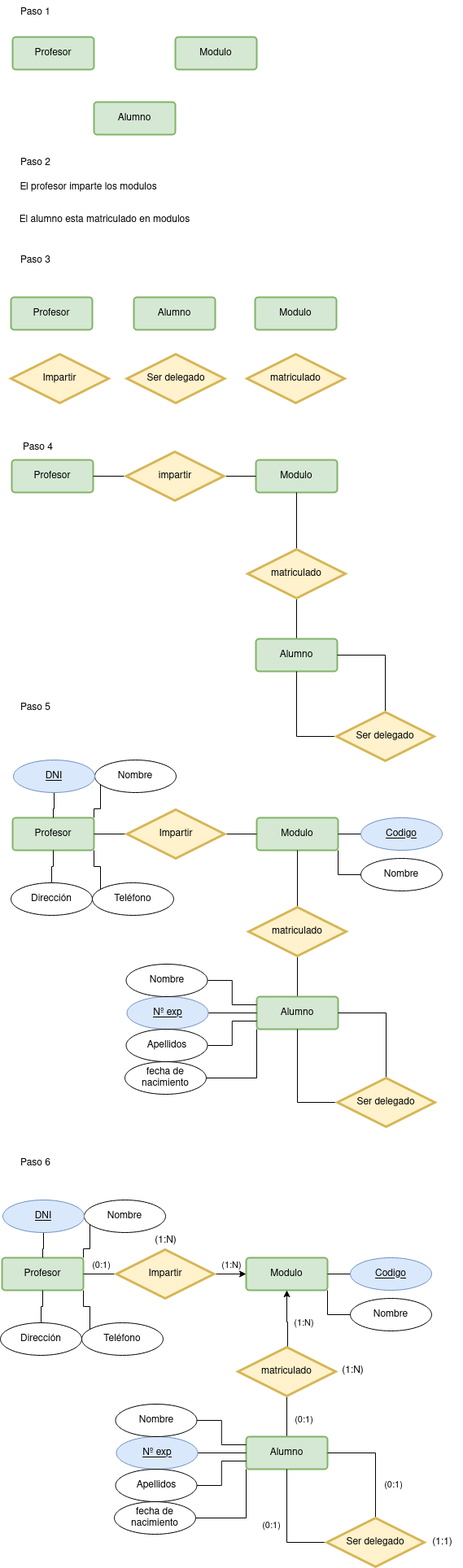
Above: tareas base de datos/Actividades_Esquemas/Actividades_Esquemas/ejercicio_5.drawio.png in Angel-L-G/Base-Datos (draw.io), before the change. Source tidied: cells renumbered, new cells last; positions are measured from the earlier drawing's top-left corner, leaving out a move shared by most shapes.
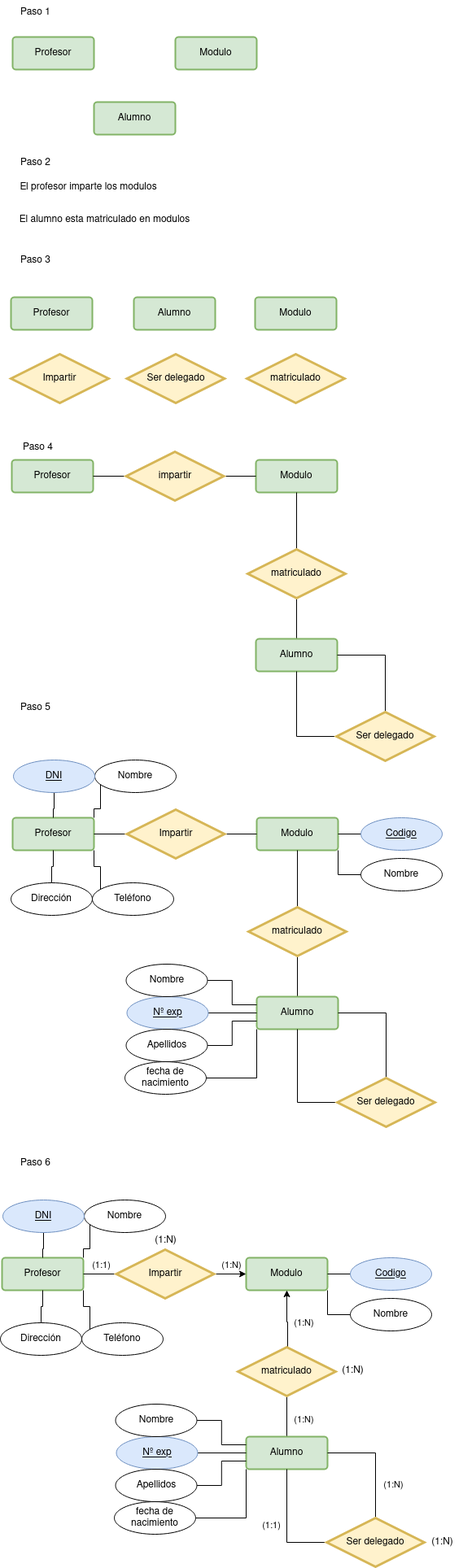
The same diagram one commit later.

Change to the diagram source:
```diff
@@ -203,7 +203,7 @@
     <mxCell id="62" value="Profesor" style="rounded=1;arcSize=10;whiteSpace=wrap;html=1;align=center;fillColor=#d5e8d4;strokeColor=#82b366;strokeWidth=2;" parent="1" vertex="1">
       <mxGeometry x="2" y="1546" width="100" height="40" as="geometry" />
     </mxCell>
-    <mxCell id="63" value="(0:1)" style="edgeStyle=orthogonalEdgeStyle;rounded=0;jettySize=auto;html=1;entryX=0.5;entryY=1;entryDx=0;entryDy=0;endArrow=none;endFill=0;" parent="1" edge="1" source="64" target="70">
+    <mxCell id="63" value="(1:N)" style="edgeStyle=orthogonalEdgeStyle;rounded=0;jettySize=auto;html=1;entryX=0.5;entryY=1;entryDx=0;entryDy=0;endArrow=none;endFill=0;" parent="1" edge="1" source="64" target="70">
       <mxGeometry x="-0.16" y="-21" relative="1" as="geometry" />
     </mxCell>
     <mxCell id="64" value="Alumno" style="rounded=1;arcSize=10;whiteSpace=wrap;html=1;align=center;fillColor=#d5e8d4;strokeColor=#82b366;strokeWidth=2;" parent="1" vertex="1">
@@ -217,7 +217,7 @@
         <mxPoint x="1" as="offset" />
       </mxGeometry>
     </mxCell>
-    <mxCell id="67" value="(0:1)" style="edgeStyle=orthogonalEdgeStyle;rounded=0;jettySize=auto;html=1;entryX=1;entryY=0.5;entryDx=0;entryDy=0;endArrow=none;endFill=0;" parent="1" edge="1" source="68" target="62">
+    <mxCell id="67" value="(1:1)" style="edgeStyle=orthogonalEdgeStyle;rounded=0;jettySize=auto;html=1;entryX=1;entryY=0.5;entryDx=0;entryDy=0;endArrow=none;endFill=0;" parent="1" edge="1" source="68" target="62">
       <mxGeometry x="-0.04" y="-11" relative="1" as="geometry">
         <mxPoint x="1" as="offset" />
       </mxGeometry>
@@ -269,10 +269,10 @@
     <mxCell id="78" value="&lt;div&gt;DNI&lt;/div&gt;" style="ellipse;whiteSpace=wrap;html=1;align=center;fontStyle=4;strokeWidth=1;fillColor=#dae8fc;strokeColor=#6c8ebf;" parent="1" vertex="1">
       <mxGeometry x="3" y="1475" width="100" height="40" as="geometry" />
     </mxCell>
-    <mxCell id="79" value="(0:1)" style="edgeStyle=orthogonalEdgeStyle;rounded=0;jettySize=auto;html=1;entryX=1;entryY=0.5;entryDx=0;entryDy=0;endArrow=none;endFill=0;" parent="1" edge="1" source="81" target="64">
+    <mxCell id="79" value="(1:N)" style="edgeStyle=orthogonalEdgeStyle;rounded=0;jettySize=auto;html=1;entryX=1;entryY=0.5;entryDx=0;entryDy=0;endArrow=none;endFill=0;" parent="1" edge="1" source="81" target="64">
       <mxGeometry x="-0.41" y="-22" relative="1" as="geometry" />
     </mxCell>
-    <mxCell id="80" value="(0:1)" style="edgeStyle=orthogonalEdgeStyle;rounded=0;jettySize=auto;html=1;entryX=0.5;entryY=1;entryDx=0;entryDy=0;endArrow=none;endFill=0;" parent="1" edge="1" source="81" target="64">
+    <mxCell id="80" value="(1:1)" style="edgeStyle=orthogonalEdgeStyle;rounded=0;jettySize=auto;html=1;entryX=0.5;entryY=1;entryDx=0;entryDy=0;endArrow=none;endFill=0;" parent="1" edge="1" source="81" target="64">
       <mxGeometry x="0.01" y="19" relative="1" as="geometry">
         <Array as="points">
           <mxPoint x="352" y="1896" />
@@ -327,7 +327,7 @@
     <mxCell id="96" value="(1:N)" style="text;html=1;align=center;verticalAlign=middle;strokeColor=none;fillColor=none;" parent="1" vertex="1">
       <mxGeometry x="178" y="1510" width="50" height="30" as="geometry" />
     </mxCell>
-    <mxCell id="97" value="(1:1)" style="text;html=1;align=center;verticalAlign=middle;strokeColor=none;fillColor=none;" parent="1" vertex="1">
+    <mxCell id="97" value="(1:N)" style="text;html=1;align=center;verticalAlign=middle;strokeColor=none;fillColor=none;" parent="1" vertex="1">
       <mxGeometry x="518" y="1881" width="50" height="30" as="geometry" />
     </mxCell>
   </root>
```
